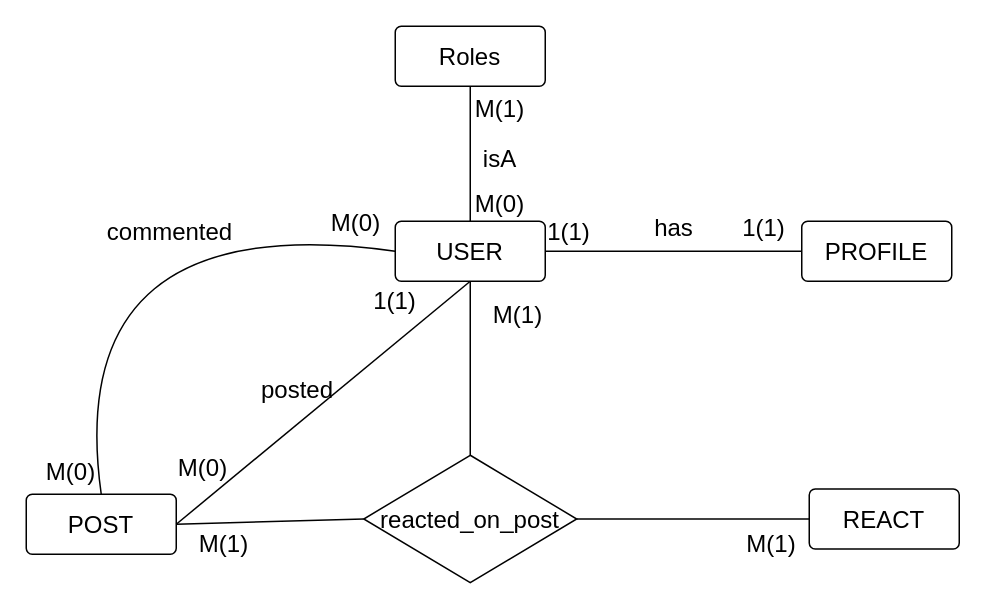
Above: page "E/R Diagram" (1 of 2) of Final Project/Diagrama aspnet .drawio in Matoka26/ASP.NET (draw.io), before the change. Source tidied: cells renumbered, new cells numbered last; positions are measured from the earlier drawing's top-left corner, leaving out a move shared by most shapes. Both pictures are drawn from the tidied source at 150%, with x=0, y=0 at pixel (26, 26).
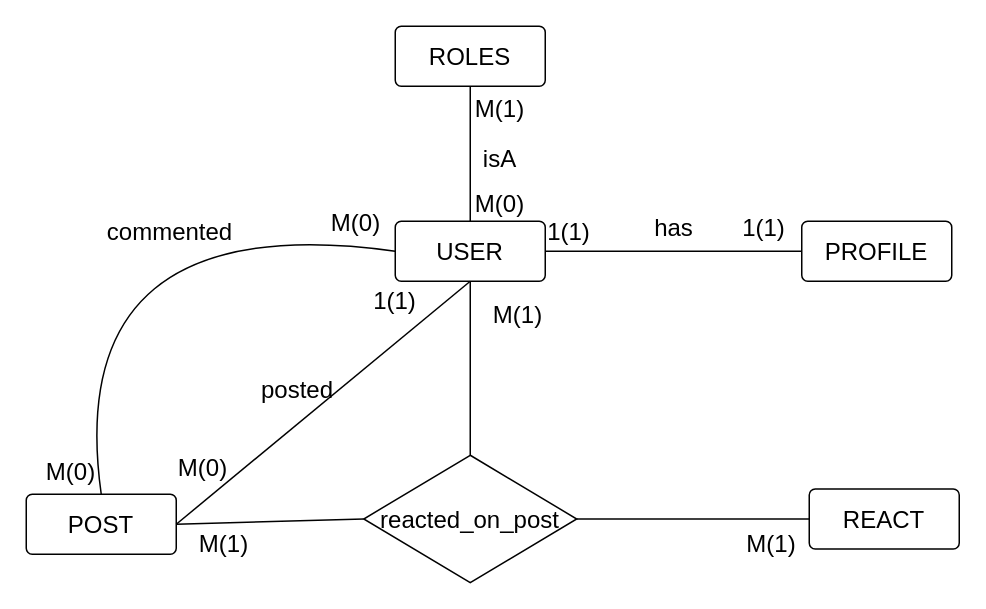
After the change.

What changed in the source:
```diff
@@
-    <mxCell id="26" value="Roles" style="rounded=1;arcSize=10;whiteSpace=wrap;html=1;align=center;fontSize=16;" parent="1" vertex="1">
+    <mxCell id="26" value="ROLES" style="rounded=1;arcSize=10;whiteSpace=wrap;html=1;align=center;fontSize=16;" parent="1" vertex="1">
       <mxGeometry x="246" width="100" height="40" as="geometry" />
     </mxCell>
```
